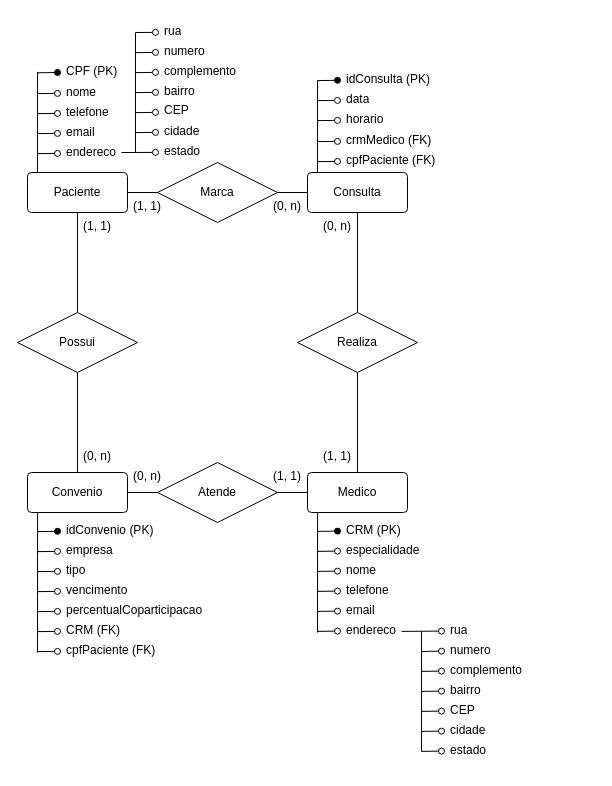
BetoYu/Uninter keeps this draw.io diagram as BANCO DE DADOS RELACIONAL.drawio. Above is the earlier version. Source tidied: cells renumbered, new cells numbered last; positions are measured from the earlier drawing's top-left corner, leaving out a move shared by most shapes. Both pictures are drawn from the tidied source at 100%, with x=0, y=0 at pixel (17, 17).
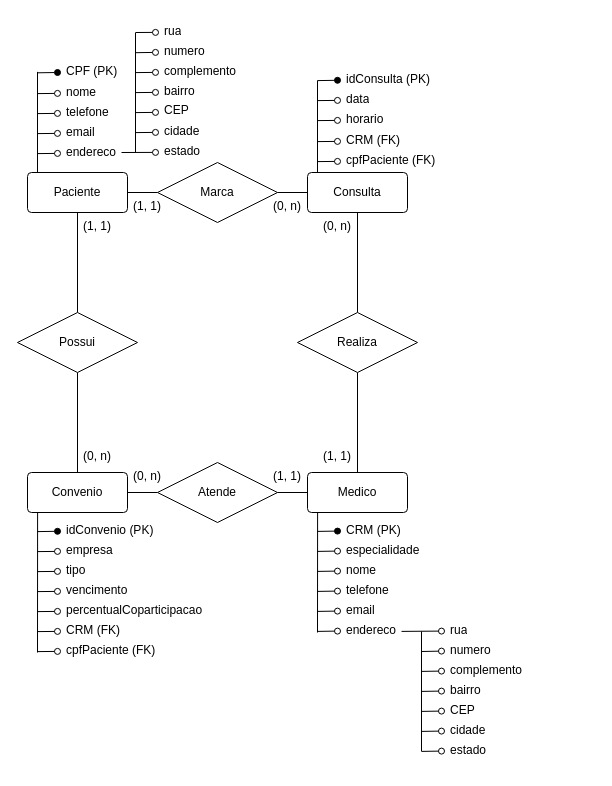
After the change.

What changed in the source:
```diff
@@
-    <mxCell id="57" value="crmMedico (FK)" style="text;strokeColor=none;fillColor=none;spacingLeft=4;spacingRight=4;overflow=hidden;fontSize=12;whiteSpace=wrap;html=1;" parent="1" vertex="1">
+    <mxCell id="57" value="CRM (FK)" style="text;strokeColor=none;fillColor=none;spacingLeft=4;spacingRight=4;overflow=hidden;fontSize=12;whiteSpace=wrap;html=1;" parent="1" vertex="1">
       <mxGeometry x="323" y="109" width="100" height="30" as="geometry" />
     </mxCell>
```
